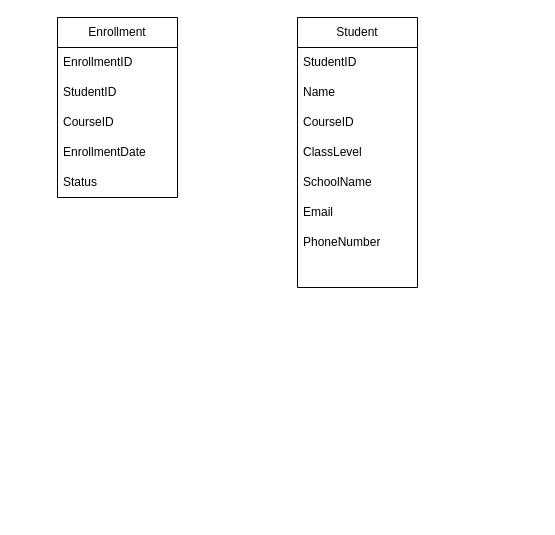
Before: TrippleFocus Learning Hub.drawio in septianadip17/belajar-erd, a draw.io diagram. Source tidied: cells renumbered, new cells numbered last; positions are measured from the earlier drawing's top-left corner, leaving out a move shared by most shapes. Both pictures are drawn from the tidied source at 100%, with x=0, y=0 at pixel (57, 17).
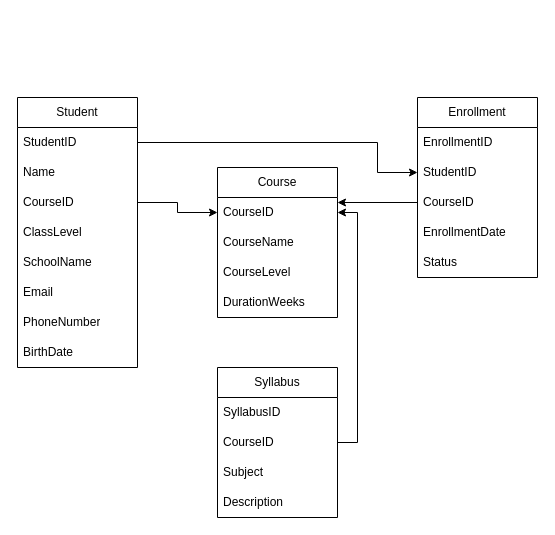
Above is the later version.

The change refers to these unchanged cells:
```xml
<mxCell id="4" value="StudentID" style="text;strokeColor=none;fillColor=none;align=left;verticalAlign=middle;spacingLeft=4;spacingRight=4;overflow=hidden;points=[[0,0.5],[1,0.5]];portConstraint=eastwest;whiteSpace=wrap;html=1;" parent="2" vertex="1">
  <mxGeometry y="60" width="120" height="30" as="geometry" />
</mxCell>
<mxCell id="5" value="CourseID" style="text;strokeColor=none;fillColor=none;align=left;verticalAlign=middle;spacingLeft=4;spacingRight=4;overflow=hidden;points=[[0,0.5],[1,0.5]];portConstraint=eastwest;whiteSpace=wrap;html=1;" parent="2" vertex="1">
  <mxGeometry y="90" width="120" height="30" as="geometry" />
</mxCell>
<mxCell id="9" value="StudentID" style="text;strokeColor=none;fillColor=none;align=left;verticalAlign=middle;spacingLeft=4;spacingRight=4;overflow=hidden;points=[[0,0.5],[1,0.5]];portConstraint=eastwest;whiteSpace=wrap;html=1;" parent="8" vertex="1">
  <mxGeometry y="30" width="120" height="30" as="geometry" />
</mxCell>
<mxCell id="11" value="CourseID" style="text;strokeColor=none;fillColor=none;align=left;verticalAlign=middle;spacingLeft=4;spacingRight=4;overflow=hidden;points=[[0,0.5],[1,0.5]];portConstraint=eastwest;whiteSpace=wrap;html=1;" parent="8" vertex="1">
  <mxGeometry y="90" width="120" height="30" as="geometry" />
</mxCell>
```

Diff of the diagram source:
```diff
@@
     <mxCell id="2" value="Enrollment" style="swimlane;fontStyle=0;horizontal=1;startSize=30;whiteSpace=wrap;html=1;" parent="1" vertex="1">
-      <mxGeometry width="120" height="180" as="geometry" />
+      <mxGeometry x="360" y="80" width="120" height="180" as="geometry" />
     </mxCell>
@@
     <mxCell id="8" value="Student" style="swimlane;fontStyle=0;horizontal=1;startSize=30;whiteSpace=wrap;html=1;" parent="1" vertex="1">
-      <mxGeometry x="240" width="120" height="270" as="geometry" />
+      <mxGeometry x="-40" y="80" width="120" height="270" as="geometry" />
     </mxCell>
@@
-    <mxCell id="16" style="text;strokeColor=none;fillColor=none;align=left;verticalAlign=middle;spacingLeft=4;spacingRight=4;overflow=hidden;whiteSpace=wrap;html=1;" parent="8" vertex="1">
+    <mxCell id="16" value="BirthDate" style="text;strokeColor=none;fillColor=none;align=left;verticalAlign=middle;spacingLeft=4;spacingRight=4;overflow=hidden;whiteSpace=wrap;html=1;" parent="8" vertex="1">
       <mxGeometry y="240" width="120" height="30" as="geometry" />
     </mxCell>
+    <mxCell id="17" value="Course" style="swimlane;fontStyle=0;horizontal=1;startSize=30;whiteSpace=wrap;html=1;" parent="1" vertex="1">
+      <mxGeometry x="160" y="150" width="120" height="150" as="geometry" />
+    </mxCell>
+    <mxCell id="18" value="CourseID" style="text;strokeColor=none;fillColor=none;align=left;verticalAlign=middle;spacingLeft=4;spacingRight=4;overflow=hidden;points=[[0,0.5],[1,0.5]];portConstraint=eastwest;whiteSpace=wrap;html=1;" parent="17" vertex="1">
+      <mxGeometry y="30" width="120" height="30" as="geometry" />
+    </mxCell>
+    <mxCell id="19" value="CourseName" style="text;strokeColor=none;fillColor=none;align=left;verticalAlign=middle;spacingLeft=4;spacingRight=4;overflow=hidden;whiteSpace=wrap;html=1;" parent="17" vertex="1">
+      <mxGeometry y="60" width="120" height="30" as="geometry" />
+    </mxCell>
+    <mxCell id="20" value="CourseLevel" style="text;strokeColor=none;fillColor=none;align=left;verticalAlign=middle;spacingLeft=4;spacingRight=4;overflow=hidden;whiteSpace=wrap;html=1;" parent="17" vertex="1">
+      <mxGeometry y="90" width="120" height="30" as="geometry" />
+    </mxCell>
+    <mxCell id="21" value="DurationWeeks" style="text;strokeColor=none;fillColor=none;align=left;verticalAlign=middle;spacingLeft=4;spacingRight=4;overflow=hidden;whiteSpace=wrap;html=1;" parent="17" vertex="1">
+      <mxGeometry y="120" width="120" height="30" as="geometry" />
+    </mxCell>
+    <mxCell id="22" value="Syllabus" style="swimlane;fontStyle=0;horizontal=1;startSize=30;whiteSpace=wrap;html=1;" parent="1" vertex="1">
+      <mxGeometry x="160" y="350" width="120" height="150" as="geometry" />
+    </mxCell>
+    <mxCell id="23" value="SyllabusID" style="text;strokeColor=none;fillColor=none;align=left;verticalAlign=middle;spacingLeft=4;spacingRight=4;overflow=hidden;whiteSpace=wrap;html=1;" parent="22" vertex="1">
+      <mxGeometry y="30" width="120" height="30" as="geometry" />
+    </mxCell>
+    <mxCell id="24" value="CourseID" style="text;strokeColor=none;fillColor=none;align=left;verticalAlign=middle;spacingLeft=4;spacingRight=4;overflow=hidden;points=[[0,0.5],[1,0.5]];portConstraint=eastwest;whiteSpace=wrap;html=1;" parent="22" vertex="1">
+      <mxGeometry y="60" width="120" height="30" as="geometry" />
+    </mxCell>
+    <mxCell id="25" value="Subject" style="text;strokeColor=none;fillColor=none;align=left;verticalAlign=middle;spacingLeft=4;spacingRight=4;overflow=hidden;whiteSpace=wrap;html=1;" parent="22" vertex="1">
+      <mxGeometry y="90" width="120" height="30" as="geometry" />
+    </mxCell>
+    <mxCell id="26" value="Description" style="text;strokeColor=none;fillColor=none;align=left;verticalAlign=middle;spacingLeft=4;spacingRight=4;overflow=hidden;whiteSpace=wrap;html=1;" parent="22" vertex="1">
+      <mxGeometry y="120" width="120" height="30" as="geometry" />
+    </mxCell>
+    <mxCell id="27" style="edgeStyle=orthogonalEdgeStyle;rounded=0;jettySize=auto;html=1;exitX=1;exitY=0.5;exitDx=0;exitDy=0;entryX=0;entryY=0.5;entryDx=0;entryDy=0;" parent="1" edge="1" source="11" target="18">
+      <mxGeometry relative="1" as="geometry" />
+    </mxCell>
+    <mxCell id="28" style="edgeStyle=orthogonalEdgeStyle;rounded=0;jettySize=auto;html=1;exitX=1;exitY=0.5;exitDx=0;exitDy=0;entryX=1;entryY=0.5;entryDx=0;entryDy=0;" parent="1" edge="1" source="24" target="18">
+      <mxGeometry relative="1" as="geometry" />
+    </mxCell>
+    <mxCell id="29" style="edgeStyle=orthogonalEdgeStyle;rounded=0;jettySize=auto;html=1;exitX=1;exitY=0.5;exitDx=0;exitDy=0;entryX=0;entryY=0.5;entryDx=0;entryDy=0;" parent="1" edge="1" source="9" target="4">
+      <mxGeometry relative="1" as="geometry">
+        <Array as="points">
+          <mxPoint x="320" y="125" />
+          <mxPoint x="320" y="155" />
+        </Array>
+      </mxGeometry>
+    </mxCell>
+    <mxCell id="30" style="edgeStyle=orthogonalEdgeStyle;rounded=0;jettySize=auto;html=1;exitX=0;exitY=0.5;exitDx=0;exitDy=0;entryX=1;entryY=0.167;entryDx=0;entryDy=0;entryPerimeter=0;" parent="1" edge="1" source="5" target="18">
+      <mxGeometry relative="1" as="geometry" />
+    </mxCell>
```
